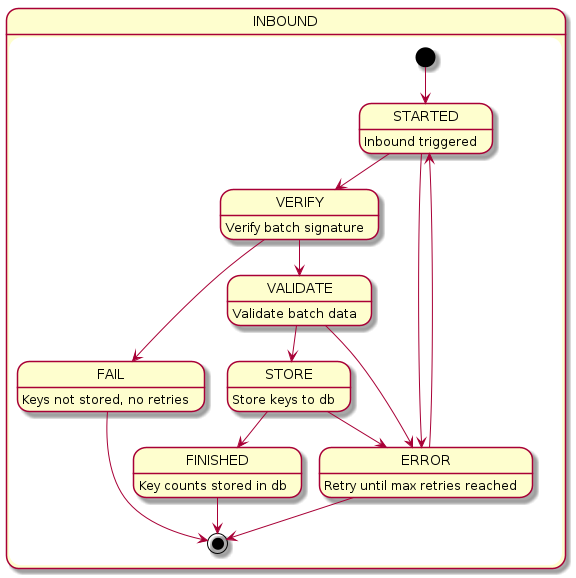
The PlantUML diagram documentation/generated_images/efgs_inbound.png in THLfi/koronavilkku-backend, before a commit.
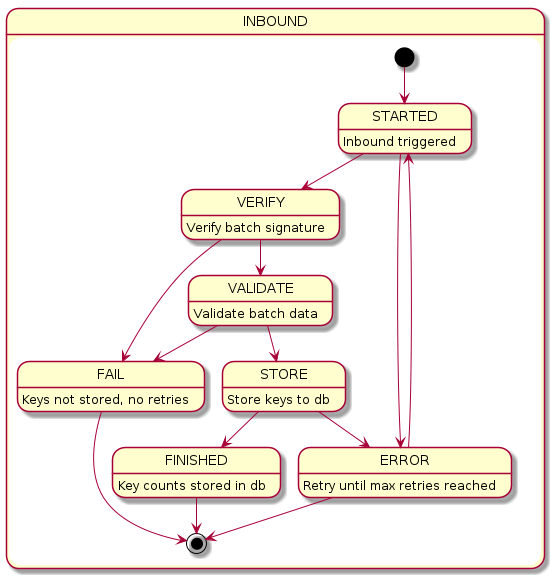
Above is the later version.

What changed in the source:
```diff
@@ -12,7 +12,7 @@
     STORE --> FINISHED
     STARTED --> ERROR
     VERIFY --> FAIL
-    VALIDATE --> ERROR
+    VALIDATE --> FAIL
     STORE --> ERROR
     ERROR --> STARTED
     ERROR : Retry until max retries reached
```
